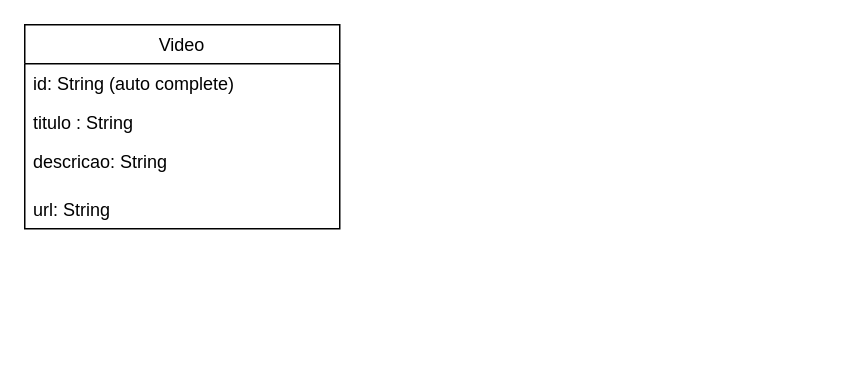
Earlier version of the draw.io diagram diagram-database.drawio (RenanLourenco/backend-challenge-5). Source tidied: cells renumbered, new cells numbered last; positions are measured from the earlier drawing's top-left corner, leaving out a move shared by most shapes. Both pictures are drawn from the tidied source at 150%, with x=0, y=0 at pixel (24, 24).
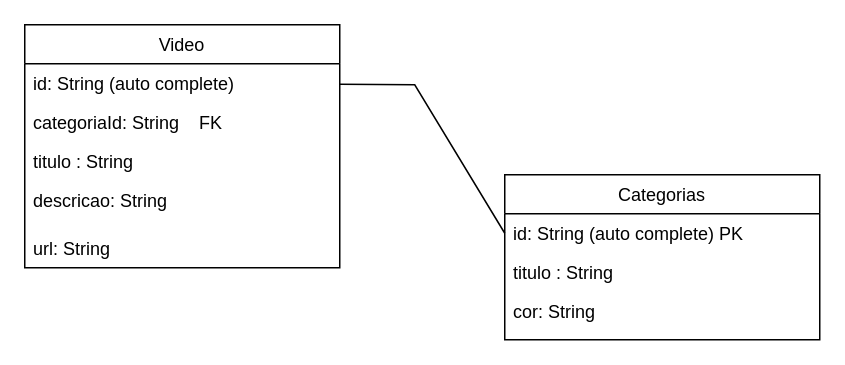
Above is the later version.

The edit, as a diff of the source:
```diff
@@
 <mxGraphModel>
   <root>
     <mxCell id="0" />
     <mxCell id="1" parent="0" />
     <mxCell id="2" value="Video" style="swimlane;fontStyle=0;horizontal=1;startSize=26;fillColor=none;" parent="1" vertex="1">
-      <mxGeometry width="210" height="136" as="geometry" />
+      <mxGeometry width="210" height="162" as="geometry" />
     </mxCell>
     <mxCell id="3" value="id: String (auto complete)&#10;" style="text;strokeColor=none;fillColor=none;align=left;verticalAlign=top;spacingLeft=4;spacingRight=4;overflow=hidden;points=[[0,0.5],[1,0.5]];portConstraint=eastwest;" parent="2" vertex="1">
       <mxGeometry y="26" width="210" height="26" as="geometry" />
     </mxCell>
+    <mxCell id="7" value="categoriaId: String    FK&#10; " style="text;strokeColor=none;fillColor=none;align=left;verticalAlign=top;spacingLeft=4;spacingRight=4;overflow=hidden;" parent="2" vertex="1">
+      <mxGeometry y="52" width="210" height="26" as="geometry" />
+    </mxCell>
     <mxCell id="4" value="titulo : String&#10;" style="text;strokeColor=none;fillColor=none;align=left;verticalAlign=top;spacingLeft=4;spacingRight=4;overflow=hidden;" parent="2" vertex="1">
-      <mxGeometry y="52" width="210" height="26" as="geometry" />
+      <mxGeometry y="78" width="210" height="26" as="geometry" />
     </mxCell>
     <mxCell id="5" value="descricao: String&#10;" style="text;strokeColor=none;fillColor=none;align=left;verticalAlign=top;spacingLeft=4;spacingRight=4;overflow=hidden;" parent="2" vertex="1">
-      <mxGeometry y="78" width="210" height="32" as="geometry" />
+      <mxGeometry y="104" width="210" height="32" as="geometry" />
     </mxCell>
     <mxCell id="6" value="url: String&#10;" style="text;strokeColor=none;fillColor=none;align=left;verticalAlign=top;spacingLeft=4;spacingRight=4;overflow=hidden;" parent="2" vertex="1">
-      <mxGeometry y="110" width="210" height="26" as="geometry" />
+      <mxGeometry y="136" width="210" height="26" as="geometry" />
     </mxCell>
+    <mxCell id="8" value="Categorias" style="swimlane;fontStyle=0;horizontal=1;startSize=26;fillColor=none;" parent="1" vertex="1">
+      <mxGeometry x="320" y="100" width="210" height="110" as="geometry" />
+    </mxCell>
+    <mxCell id="9" value="id: String (auto complete) PK&#10;" style="text;strokeColor=none;fillColor=none;align=left;verticalAlign=top;spacingLeft=4;spacingRight=4;overflow=hidden;points=[[0,0.5],[1,0.5]];portConstraint=eastwest;" parent="8" vertex="1">
+      <mxGeometry y="26" width="210" height="26" as="geometry" />
+    </mxCell>
+    <mxCell id="10" value="titulo : String&#10;" style="text;strokeColor=none;fillColor=none;align=left;verticalAlign=top;spacingLeft=4;spacingRight=4;overflow=hidden;" parent="8" vertex="1">
+      <mxGeometry y="52" width="210" height="26" as="geometry" />
+    </mxCell>
+    <mxCell id="11" value="cor: String&#10;" style="text;strokeColor=none;fillColor=none;align=left;verticalAlign=top;spacingLeft=4;spacingRight=4;overflow=hidden;" parent="8" vertex="1">
+      <mxGeometry y="78" width="210" height="32" as="geometry" />
+    </mxCell>
+    <mxCell id="12" style="endArrow=none;html=1;rounded=0;entryX=0;entryY=0.5;entryDx=0;entryDy=0;" parent="1" edge="1" source="3" target="9">
+      <mxGeometry relative="1" as="geometry">
+        <Array as="points">
+          <mxPoint x="260" y="40" />
+        </Array>
+      </mxGeometry>
+    </mxCell>
   </root>
 </mxGraphModel>
```
